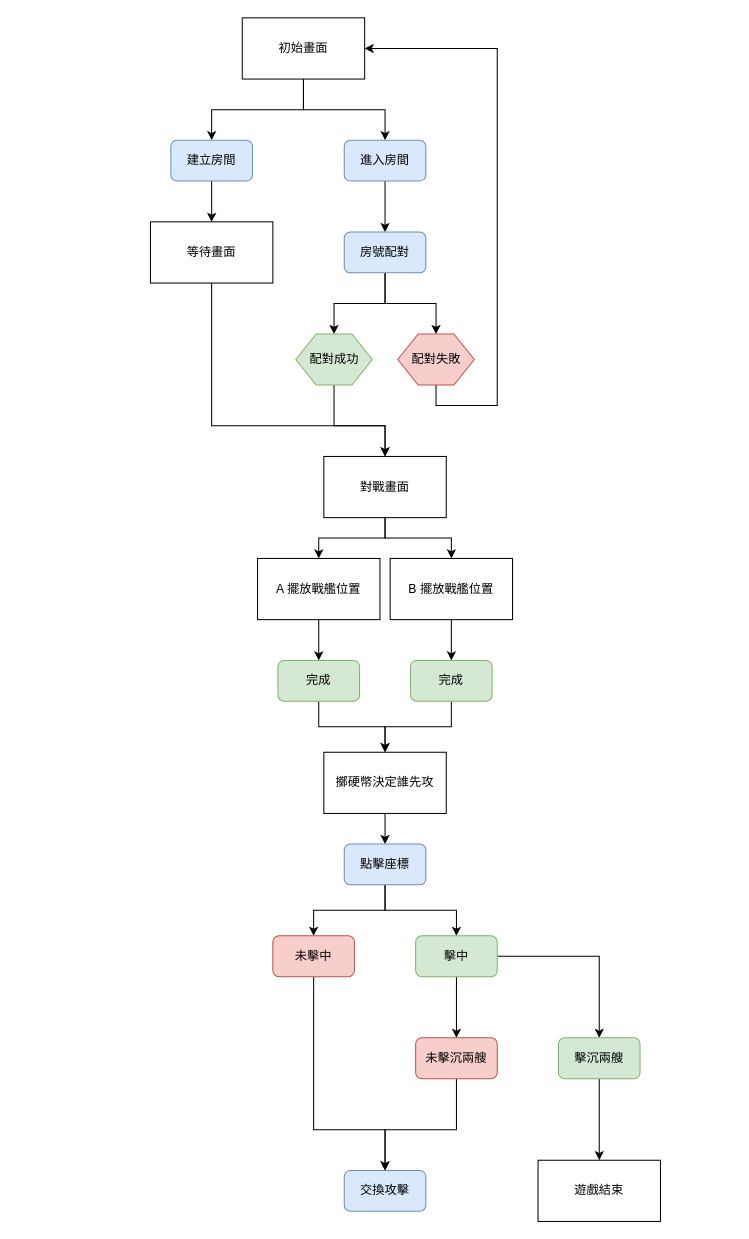
The draw.io diagram flow.drawio in dsbrutha777/react-battle-ship, before the edit. Source tidied: cells renumbered, new cells numbered last; positions are measured from the earlier drawing's top-left corner, leaving out a move shared by most shapes. Both pictures are drawn from the tidied source at 102%, with x=0, y=0 at pixel (150, 17).
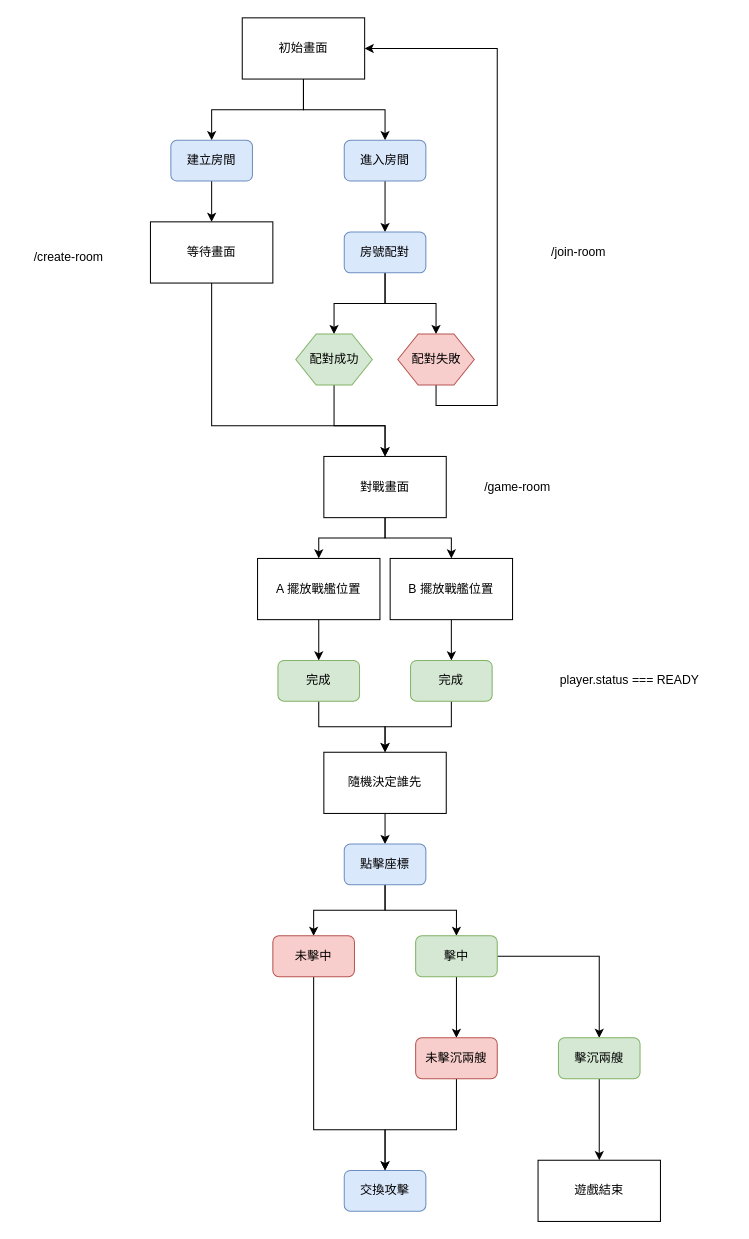
After the change.

Commit message (it also covers changes not shown here):
both player ready

Change to the diagram source:
```diff
@@
-    <mxCell id="30" value="擲硬幣決定誰先攻" style="rounded=0;whiteSpace=wrap;html=1;" parent="1" vertex="1">
+    <mxCell id="30" value="隨機決定誰先" style="rounded=0;whiteSpace=wrap;html=1;" parent="1" vertex="1">
       <mxGeometry x="170" y="720" width="120" height="60" as="geometry" />
     </mxCell>
@@
+    <mxCell id="45" value="/create-room" style="text;html=1;strokeColor=none;fillColor=none;align=center;verticalAlign=middle;whiteSpace=wrap;rounded=0;" parent="1" vertex="1">
+      <mxGeometry x="-130" y="220" width="100" height="30" as="geometry" />
+    </mxCell>
+    <mxCell id="46" value="/join-room" style="text;html=1;strokeColor=none;fillColor=none;align=center;verticalAlign=middle;whiteSpace=wrap;rounded=0;" parent="1" vertex="1">
+      <mxGeometry x="370" y="215" width="100" height="30" as="geometry" />
+    </mxCell>
+    <mxCell id="47" value="/game-room" style="text;html=1;strokeColor=none;fillColor=none;align=center;verticalAlign=middle;whiteSpace=wrap;rounded=0;" parent="1" vertex="1">
+      <mxGeometry x="310" y="445" width="100" height="30" as="geometry" />
+    </mxCell>
+    <mxCell id="48" value="player.status === READY" style="text;html=1;strokeColor=none;fillColor=none;align=center;verticalAlign=middle;whiteSpace=wrap;rounded=0;" parent="1" vertex="1">
+      <mxGeometry x="370" y="635" width="200" height="30" as="geometry" />
+    </mxCell>
```
